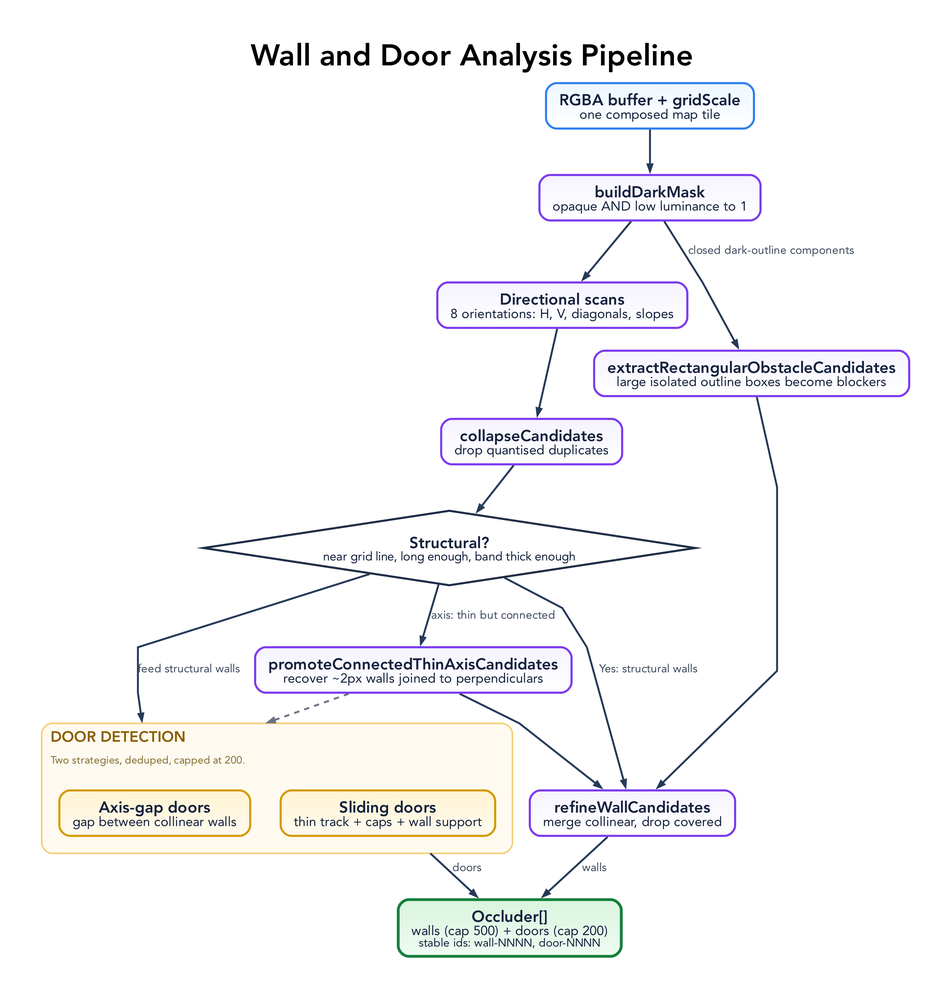
Earlier version of the Graphviz export docs/diagrams/analysis-pipeline.png (rgilks/line-of-sight). Its source is kept beside it as docs/diagrams/analysis-pipeline.dot.
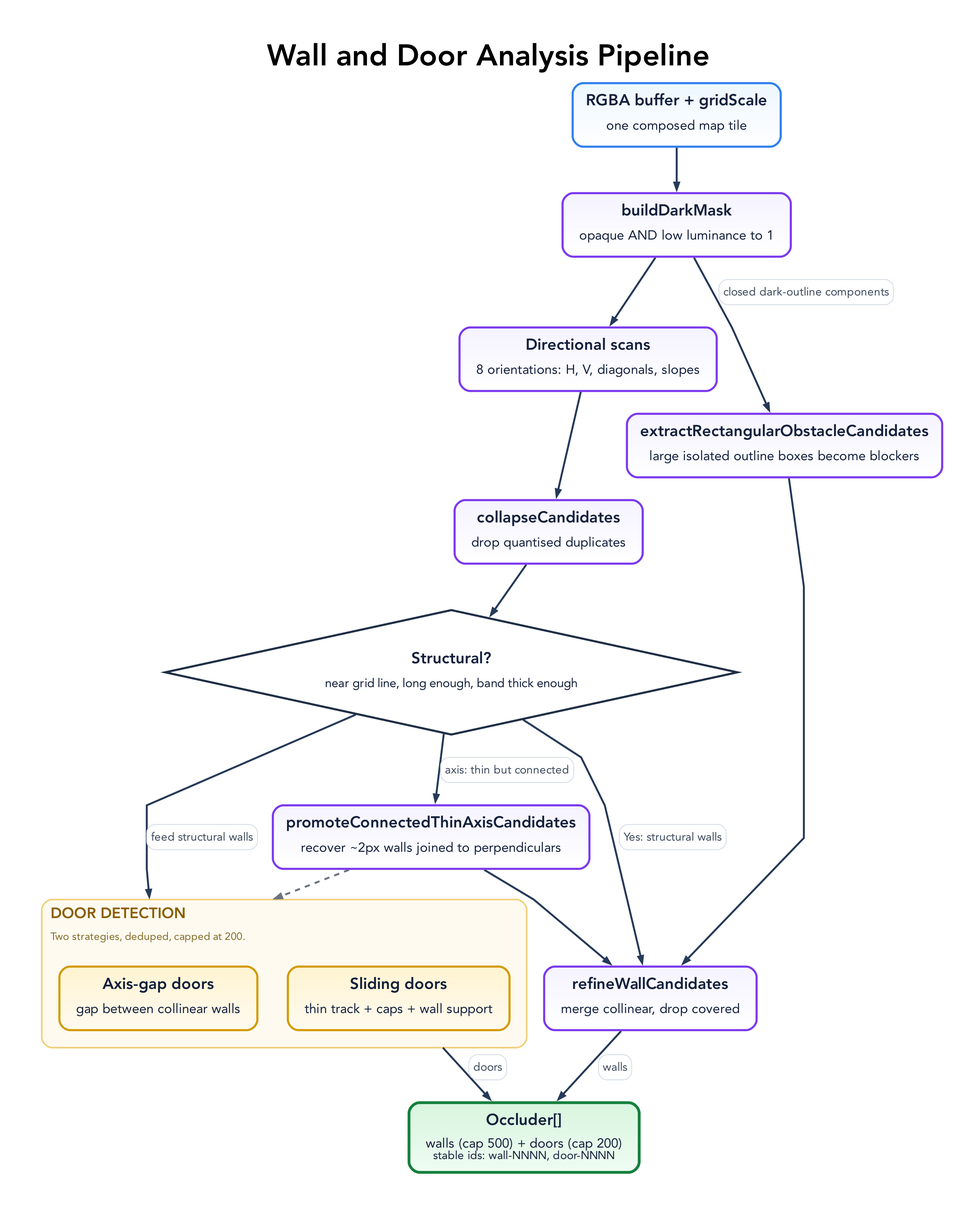
After the change.

Change to the diagram source:
```diff
@@ -45,14 +45,14 @@
     arrowsize=0.78
   ];
 
-  IN [label=<<B>RGBA buffer + gridScale</B><BR/><FONT POINT-SIZE="15">one composed map tile</FONT>>, fillcolor="#edf7ff:#ffffff", color="#2f80ed"];
+  IN [label=<<TABLE BORDER="0" CELLBORDER="0" CELLSPACING="0" CELLPADDING="0"><TR><TD><B>RGBA buffer + gridScale</B></TD></TR><TR><TD CELLPADDING="4"><FONT POINT-SIZE="15">one composed map tile</FONT></TD></TR></TABLE>>, fillcolor="#edf7ff:#ffffff", color="#2f80ed"];
 
-  M [label=<<B>buildDarkMask</B><BR/><FONT POINT-SIZE="15">opaque AND low luminance to 1</FONT>>];
-  S [label=<<B>Directional scans</B><BR/><FONT POINT-SIZE="15">8 orientations: H, V, diagonals, slopes</FONT>>];
-  CO [label=<<B>collapseCandidates</B><BR/><FONT POINT-SIZE="15">drop quantised duplicates</FONT>>];
+  M [label=<<TABLE BORDER="0" CELLBORDER="0" CELLSPACING="0" CELLPADDING="0"><TR><TD><B>buildDarkMask</B></TD></TR><TR><TD CELLPADDING="4"><FONT POINT-SIZE="15">opaque AND low luminance to 1</FONT></TD></TR></TABLE>>];
+  S [label=<<TABLE BORDER="0" CELLBORDER="0" CELLSPACING="0" CELLPADDING="0"><TR><TD><B>Directional scans</B></TD></TR><TR><TD CELLPADDING="4"><FONT POINT-SIZE="15">8 orientations: H, V, diagonals, slopes</FONT></TD></TR></TABLE>>];
+  CO [label=<<TABLE BORDER="0" CELLBORDER="0" CELLSPACING="0" CELLPADDING="0"><TR><TD><B>collapseCandidates</B></TD></TR><TR><TD CELLPADDING="4"><FONT POINT-SIZE="15">drop quantised duplicates</FONT></TD></TR></TABLE>>];
 
   D1 [
-    label=<<B>Structural?</B><BR/><FONT POINT-SIZE="14">near grid line, long enough, band thick enough</FONT>>,
+    label=<<TABLE BORDER="0" CELLBORDER="0" CELLSPACING="0" CELLPADDING="0"><TR><TD><B>Structural?</B></TD></TR><TR><TD CELLPADDING="4"><FONT POINT-SIZE="14">near grid line, long enough, band thick enough</FONT></TD></TR></TABLE>>,
     shape=diamond,
     style=filled,
     width=3.2,
@@ -62,8 +62,8 @@
     penwidth=2.4
   ];
 
-  PROMOTE [label=<<B>promoteConnectedThinAxisCandidates</B><BR/><FONT POINT-SIZE="15">recover ~2px walls joined to perpendiculars</FONT>>, width=3.4];
-  RECT [label=<<B>extractRectangularObstacleCandidates</B><BR/><FONT POINT-SIZE="15">large isolated outline boxes become blockers</FONT>>, width=3.4];
+  PROMOTE [label=<<TABLE BORDER="0" CELLBORDER="0" CELLSPACING="0" CELLPADDING="0"><TR><TD><B>promoteConnectedThinAxisCandidates</B></TD></TR><TR><TD CELLPADDING="4"><FONT POINT-SIZE="15">recover ~2px walls joined to perpendiculars</FONT></TD></TR></TABLE>>, width=3.4];
+  RECT [label=<<TABLE BORDER="0" CELLBORDER="0" CELLSPACING="0" CELLPADDING="0"><TR><TD><B>extractRectangularObstacleCandidates</B></TD></TR><TR><TD CELLPADDING="4"><FONT POINT-SIZE="15">large isolated outline boxes become blockers</FONT></TD></TR></TABLE>>, width=3.4];
 
   subgraph cluster_doors {
     graph [
@@ -82,27 +82,27 @@
       margin=20
     ];
 
-    DR1 [label=<<B>Axis-gap doors</B><BR/><FONT POINT-SIZE="15">gap between collinear walls</FONT>>, fillcolor="#fff4d1:#fffaf0", color="#d39a00"];
-    DR2 [label=<<B>Sliding doors</B><BR/><FONT POINT-SIZE="15">thin track + caps + wall support</FONT>>, fillcolor="#fff4d1:#fffaf0", color="#d39a00"];
+    DR1 [label=<<TABLE BORDER="0" CELLBORDER="0" CELLSPACING="0" CELLPADDING="0"><TR><TD><B>Axis-gap doors</B></TD></TR><TR><TD CELLPADDING="4"><FONT POINT-SIZE="15">gap between collinear walls</FONT></TD></TR></TABLE>>, fillcolor="#fff4d1:#fffaf0", color="#d39a00"];
+    DR2 [label=<<TABLE BORDER="0" CELLBORDER="0" CELLSPACING="0" CELLPADDING="0"><TR><TD><B>Sliding doors</B></TD></TR><TR><TD CELLPADDING="4"><FONT POINT-SIZE="15">thin track + caps + wall support</FONT></TD></TR></TABLE>>, fillcolor="#fff4d1:#fffaf0", color="#d39a00"];
   }
 
-  REFINE [label=<<B>refineWallCandidates</B><BR/><FONT POINT-SIZE="15">merge collinear, drop covered</FONT>>];
+  REFINE [label=<<TABLE BORDER="0" CELLBORDER="0" CELLSPACING="0" CELLPADDING="0"><TR><TD><B>refineWallCandidates</B></TD></TR><TR><TD CELLPADDING="4"><FONT POINT-SIZE="15">merge collinear, drop covered</FONT></TD></TR></TABLE>>];
 
   OUT [
-    label=<<B>Occluder[]</B><BR/><FONT POINT-SIZE="15">walls (cap 500) + doors (cap 200)</FONT><BR/><FONT POINT-SIZE="13">stable ids: wall-NNNN, door-NNNN</FONT>>,
+    label=<<TABLE BORDER="0" CELLBORDER="0" CELLSPACING="0" CELLPADDING="0"><TR><TD><B>Occluder[]</B></TD></TR><TR><TD CELLPADDING="4"><FONT POINT-SIZE="15">walls (cap 500) + doors (cap 200)</FONT><BR/><FONT POINT-SIZE="13">stable ids: wall-NNNN, door-NNNN</FONT></TD></TR></TABLE>>,
     fillcolor="#d8f5de:#effcf2",
     color="#15803d",
     penwidth=3.2
   ];
 
   IN -> M -> S -> CO -> D1;
-  D1 -> PROMOTE [label="axis: thin but connected"];
-  D1 -> REFINE [label="Yes: structural walls"];
-  M -> RECT [label="closed dark-outline components"];
+  D1 -> PROMOTE [label=<<TABLE BORDER="1" CELLBORDER="0" STYLE="ROUNDED" COLOR="#d7dee8" BGCOLOR="#ffffff" CELLSPACING="0" CELLPADDING="4"><TR><TD><FONT POINT-SIZE="13" COLOR="#3d4a5c">axis: thin but connected</FONT></TD></TR></TABLE>>];
+  D1 -> REFINE [label=<<TABLE BORDER="1" CELLBORDER="0" STYLE="ROUNDED" COLOR="#d7dee8" BGCOLOR="#ffffff" CELLSPACING="0" CELLPADDING="4"><TR><TD><FONT POINT-SIZE="13" COLOR="#3d4a5c">Yes: structural walls</FONT></TD></TR></TABLE>>];
+  M -> RECT [label=<<TABLE BORDER="1" CELLBORDER="0" STYLE="ROUNDED" COLOR="#d7dee8" BGCOLOR="#ffffff" CELLSPACING="0" CELLPADDING="4"><TR><TD><FONT POINT-SIZE="13" COLOR="#3d4a5c">closed dark-outline components</FONT></TD></TR></TABLE>>];
   PROMOTE -> REFINE;
   RECT -> REFINE;
-  D1 -> DR1 [label="feed structural walls", lhead=cluster_doors];
+  D1 -> DR1 [label=<<TABLE BORDER="1" CELLBORDER="0" STYLE="ROUNDED" COLOR="#d7dee8" BGCOLOR="#ffffff" CELLSPACING="0" CELLPADDING="4"><TR><TD><FONT POINT-SIZE="13" COLOR="#3d4a5c">feed structural walls</FONT></TD></TR></TABLE>>, lhead=cluster_doors];
   PROMOTE -> DR1 [lhead=cluster_doors, style=dashed, color="#6b7280", fontcolor="#6b7280"];
-  REFINE -> OUT [label="walls"];
-  DR2 -> OUT [label="doors", ltail=cluster_doors];
+  REFINE -> OUT [label=<<TABLE BORDER="1" CELLBORDER="0" STYLE="ROUNDED" COLOR="#d7dee8" BGCOLOR="#ffffff" CELLSPACING="0" CELLPADDING="4"><TR><TD><FONT POINT-SIZE="13" COLOR="#3d4a5c">walls</FONT></TD></TR></TABLE>>];
+  DR2 -> OUT [label=<<TABLE BORDER="1" CELLBORDER="0" STYLE="ROUNDED" COLOR="#d7dee8" BGCOLOR="#ffffff" CELLSPACING="0" CELLPADDING="4"><TR><TD><FONT POINT-SIZE="13" COLOR="#3d4a5c">doors</FONT></TD></TR></TABLE>>, ltail=cluster_doors];
 }
```
